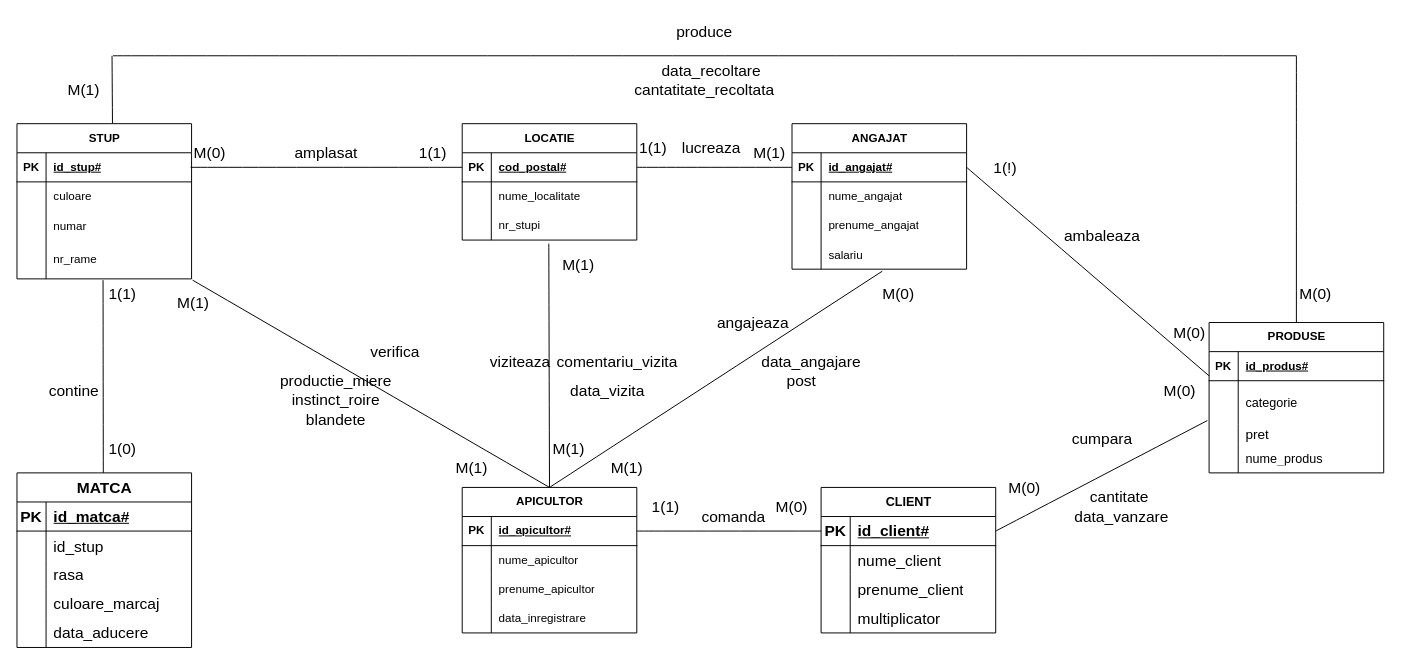
Before: page "Page-1" (1 of 2) of Diagramă fără titlu.drawio in Matoka26/DataBase-Stupina, a draw.io diagram. Source tidied: cells renumbered, new cells numbered last; positions are measured from the earlier drawing's top-left corner, leaving out a move shared by most shapes. Both pictures are drawn from the tidied source at 97%, with x=0, y=0 at pixel (16, 16).
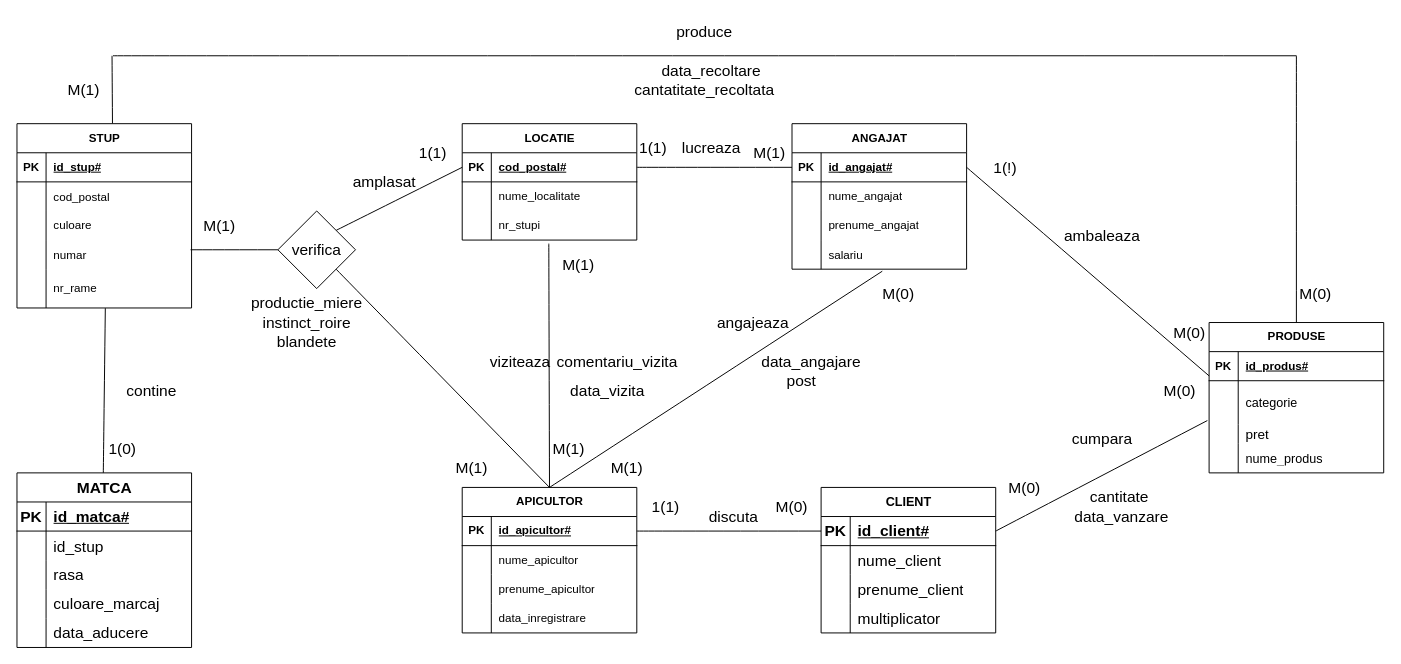
The same diagram, later.

Unchanged cells that the change refers to:
```xml
<mxCell id="2" value="APICULTOR" style="shape=table;startSize=30;childLayout=tableLayout;rowLines=0;fontStyle=1;align=center;html=1;" parent="1" vertex="1">
  <mxGeometry x="459" y="485" width="180" height="150" as="geometry" />
</mxCell>
<mxCell id="16" style="shape=tableRow;horizontal=0;startSize=0;swimlaneHead=0;swimlaneBody=0;fillColor=none;points=[[0,0.5],[1,0.5]];portConstraint=eastwest;top=0;left=0;right=0;bottom=1;" parent="15" vertex="1">
  <mxGeometry y="30" width="180" height="30" as="geometry" />
</mxCell>
```

Diff of the diagram source:
```diff
@@
     <mxCell id="38" value="STUP" style="shape=table;startSize=30;childLayout=tableLayout;rowLines=0;fontStyle=1;align=center;html=1;" parent="1" vertex="1">
-      <mxGeometry y="110" width="180" height="160" as="geometry" />
+      <mxGeometry y="110" width="180" height="190" as="geometry" />
     </mxCell>
@@
+    <mxCell id="150" style="shape=tableRow;horizontal=0;startSize=0;swimlaneHead=0;swimlaneBody=0;fillColor=none;top=0;left=0;right=0;bottom=0;fontSize=16;" parent="38" vertex="1">
+      <mxGeometry y="60" width="180" height="30" as="geometry" />
+    </mxCell>
+    <mxCell id="151" style="shape=partialRectangle;fillColor=none;top=0;left=0;bottom=0;right=0;overflow=hidden;fontSize=16;" parent="150" vertex="1">
+      <mxGeometry width="30" height="30" as="geometry" />
+    </mxCell>
+    <mxCell id="152" value="cod_postal" style="shape=partialRectangle;fillColor=none;top=0;left=0;bottom=0;right=0;align=left;spacingLeft=6;overflow=hidden;fontSize=12;" parent="150" vertex="1">
+      <mxGeometry x="30" width="150" height="30" as="geometry" />
+    </mxCell>
     <mxCell id="42" style="shape=tableRow;horizontal=0;startSize=0;swimlaneHead=0;swimlaneBody=0;fillColor=none;top=0;left=0;right=0;bottom=0;" parent="38" vertex="1">
-      <mxGeometry y="60" width="180" height="30" as="geometry" />
+      <mxGeometry y="90" width="180" height="30" as="geometry" />
     </mxCell>
@@
     <mxCell id="45" style="shape=tableRow;horizontal=0;startSize=0;swimlaneHead=0;swimlaneBody=0;fillColor=none;top=0;left=0;right=0;bottom=0;fontSize=13;" parent="38" vertex="1">
-      <mxGeometry y="90" width="180" height="30" as="geometry" />
+      <mxGeometry y="120" width="180" height="30" as="geometry" />
     </mxCell>
@@
     <mxCell id="48" style="shape=tableRow;horizontal=0;startSize=0;swimlaneHead=0;swimlaneBody=0;fillColor=none;points=[[0,0.5],[1,0.5]];portConstraint=eastwest;top=0;left=0;right=0;bottom=0;" parent="38" vertex="1">
-      <mxGeometry y="120" width="180" height="40" as="geometry" />
+      <mxGeometry y="150" width="180" height="40" as="geometry" />
     </mxCell>
@@
-    <mxCell id="78" style="endArrow=none;html=1;rounded=0;fontSize=12;startSize=8;endSize=8;curved=1;entryX=0.493;entryY=1.033;entryDx=0;entryDy=0;entryPerimeter=0;exitX=0.5;exitY=0;exitDx=0;exitDy=0;" parent="1" edge="1" target="48">
+    <mxCell id="78" style="endArrow=none;html=1;rounded=0;fontSize=12;startSize=8;endSize=8;curved=1;exitX=0.5;exitY=0;exitDx=0;exitDy=0;entryX=0.506;entryY=1.006;entryDx=0;entryDy=0;entryPerimeter=0;" parent="1" edge="1" target="48">
       <mxGeometry relative="1" as="geometry">
         <mxPoint x="89" y="470" as="sourcePoint" />
       </mxGeometry>
     </mxCell>
-    <mxCell id="79" value="1(1)" style="text;html=1;strokeColor=none;fillColor=none;align=center;verticalAlign=middle;whiteSpace=wrap;rounded=0;fontSize=16;" parent="1" vertex="1">
-      <mxGeometry x="79" y="270" width="60" height="30" as="geometry" />
-    </mxCell>
@@
     <mxCell id="81" value="contine" style="text;html=1;strokeColor=none;fillColor=none;align=center;verticalAlign=middle;whiteSpace=wrap;rounded=0;fontSize=16;" parent="1" vertex="1">
-      <mxGeometry x="29" y="370" width="60" height="30" as="geometry" />
+      <mxGeometry x="109" y="370" width="60" height="30" as="geometry" />
     </mxCell>
@@
-    <mxCell id="83" value="M(0)" style="text;html=1;strokeColor=none;fillColor=none;align=center;verticalAlign=middle;whiteSpace=wrap;rounded=0;fontSize=16;" parent="1" vertex="1">
-      <mxGeometry x="169" y="125" width="60" height="30" as="geometry" />
-    </mxCell>
-    <mxCell id="84" style="endArrow=none;html=1;rounded=0;fontSize=12;startSize=8;endSize=8;curved=1;entryX=0;entryY=0.5;entryDx=0;entryDy=0;" parent="1" edge="1" target="16">
-      <mxGeometry relative="1" as="geometry">
-        <mxPoint x="179" y="155" as="sourcePoint" />
-      </mxGeometry>
+    <mxCell id="84" style="endArrow=none;html=1;rounded=0;fontSize=12;startSize=8;endSize=8;curved=1;entryX=0;entryY=0.5;entryDx=0;entryDy=0;exitX=1;exitY=0;exitDx=0;exitDy=0;" parent="1" edge="1" source="87" target="16">
+      <mxGeometry relative="1" as="geometry" />
     </mxCell>
     <mxCell id="85" value="amplasat" style="text;html=1;strokeColor=none;fillColor=none;align=center;verticalAlign=middle;whiteSpace=wrap;rounded=0;fontSize=16;" parent="1" vertex="1">
-      <mxGeometry x="289" y="125" width="60" height="30" as="geometry" />
+      <mxGeometry x="349" y="155" width="60" height="30" as="geometry" />
     </mxCell>
-    <mxCell id="86" style="endArrow=none;html=1;rounded=0;fontSize=12;startSize=8;endSize=8;curved=1;exitX=1.006;exitY=1.033;exitDx=0;exitDy=0;exitPerimeter=0;entryX=0.5;entryY=0;entryDx=0;entryDy=0;" parent="1" edge="1" source="48" target="2">
+    <mxCell id="86" style="endArrow=none;html=1;rounded=0;fontSize=12;startSize=8;endSize=8;curved=1;exitX=1;exitY=1;exitDx=0;exitDy=0;entryX=0.5;entryY=0;entryDx=0;entryDy=0;" parent="1" edge="1" source="87" target="2">
       <mxGeometry relative="1" as="geometry" />
     </mxCell>
-    <mxCell id="87" value="verifica" style="text;html=1;strokeColor=none;fillColor=none;align=center;verticalAlign=middle;whiteSpace=wrap;rounded=0;fontSize=16;" parent="1" vertex="1">
-      <mxGeometry x="360" y="330" width="60" height="30" as="geometry" />
-    </mxCell>
@@
-    <mxCell id="89" value="M(1)" style="text;html=1;strokeColor=none;fillColor=none;align=center;verticalAlign=middle;whiteSpace=wrap;rounded=0;fontSize=16;" parent="1" vertex="1">
-      <mxGeometry x="152" y="280" width="60" height="30" as="geometry" />
-    </mxCell>
-    <mxCell id="90" style="edgeStyle=none;curved=1;rounded=0;orthogonalLoop=1;jettySize=auto;html=1;exitX=0.75;exitY=0;exitDx=0;exitDy=0;fontSize=12;startSize=8;endSize=8;" parent="1" edge="1" source="89" target="89">
-      <mxGeometry relative="1" as="geometry" />
+    <mxCell id="90" style="edgeStyle=none;curved=1;rounded=0;orthogonalLoop=1;jettySize=auto;html=1;exitX=0.75;exitY=0;exitDx=0;exitDy=0;fontSize=12;startSize=8;endSize=8;" parent="1" edge="1">
+      <mxGeometry relative="1" as="geometry">
+        <mxPoint x="197" y="280" as="sourcePoint" />
+        <mxPoint x="197" y="280" as="targetPoint" />
+      </mxGeometry>
     </mxCell>
-    <mxCell id="91" style="shape=tableRow;horizontal=0;startSize=0;swimlaneHead=0;swimlaneBody=0;fillColor=none;top=0;left=0;right=0;bottom=0;" parent="1" vertex="1">
-      <mxGeometry x="249" y="390" width="180" height="30" as="geometry" />
-    </mxCell>
-    <mxCell id="92" style="shape=partialRectangle;fillColor=none;top=0;left=0;bottom=0;right=0;overflow=hidden;whiteSpace=wrap;html=1;" parent="91" vertex="1">
-      <mxGeometry width="30" height="30" as="geometry" />
-    </mxCell>
     <mxCell id="93" value="productie_miere" style="text;html=1;strokeColor=none;fillColor=none;align=center;verticalAlign=middle;whiteSpace=wrap;rounded=0;fontSize=16;" parent="1" vertex="1">
-      <mxGeometry x="299" y="360" width="60" height="30" as="geometry" />
+      <mxGeometry x="269" y="280" width="60" height="30" as="geometry" />
     </mxCell>
     <mxCell id="94" value="instinct_roire" style="text;html=1;strokeColor=none;fillColor=none;align=center;verticalAlign=middle;whiteSpace=wrap;rounded=0;fontSize=16;" parent="1" vertex="1">
-      <mxGeometry x="299" y="380" width="60" height="30" as="geometry" />
+      <mxGeometry x="269" y="300" width="60" height="30" as="geometry" />
     </mxCell>
     <mxCell id="95" value="blandete" style="text;html=1;strokeColor=none;fillColor=none;align=center;verticalAlign=middle;whiteSpace=wrap;rounded=0;fontSize=16;" parent="1" vertex="1">
-      <mxGeometry x="299" y="400" width="60" height="30" as="geometry" />
+      <mxGeometry x="269" y="320" width="60" height="30" as="geometry" />
     </mxCell>
@@
-    <mxCell id="112" value="comanda" style="text;html=1;strokeColor=none;fillColor=none;align=center;verticalAlign=middle;whiteSpace=wrap;rounded=0;fontSize=16;" parent="1" vertex="1">
+    <mxCell id="112" value="discuta" style="text;html=1;strokeColor=none;fillColor=none;align=center;verticalAlign=middle;whiteSpace=wrap;rounded=0;fontSize=16;" parent="1" vertex="1">
       <mxGeometry x="709" y="500" width="60" height="30" as="geometry" />
     </mxCell>
@@
+    <mxCell id="87" value="verifica" style="rhombus;whiteSpace=wrap;html=1;fontSize=16;" parent="1" vertex="1">
+      <mxGeometry x="269" y="200" width="80" height="80" as="geometry" />
+    </mxCell>
+    <mxCell id="153" style="endArrow=none;html=1;rounded=0;fontSize=12;startSize=8;endSize=8;curved=1;entryX=0;entryY=0.5;entryDx=0;entryDy=0;" parent="1" edge="1" target="87">
+      <mxGeometry relative="1" as="geometry">
+        <mxPoint x="179" y="240" as="sourcePoint" />
+      </mxGeometry>
+    </mxCell>
+    <mxCell id="89" value="M(1)" style="text;html=1;strokeColor=none;fillColor=none;align=center;verticalAlign=middle;whiteSpace=wrap;rounded=0;fontSize=16;" parent="1" vertex="1">
+      <mxGeometry x="179" y="200" width="60" height="30" as="geometry" />
+    </mxCell>
```
